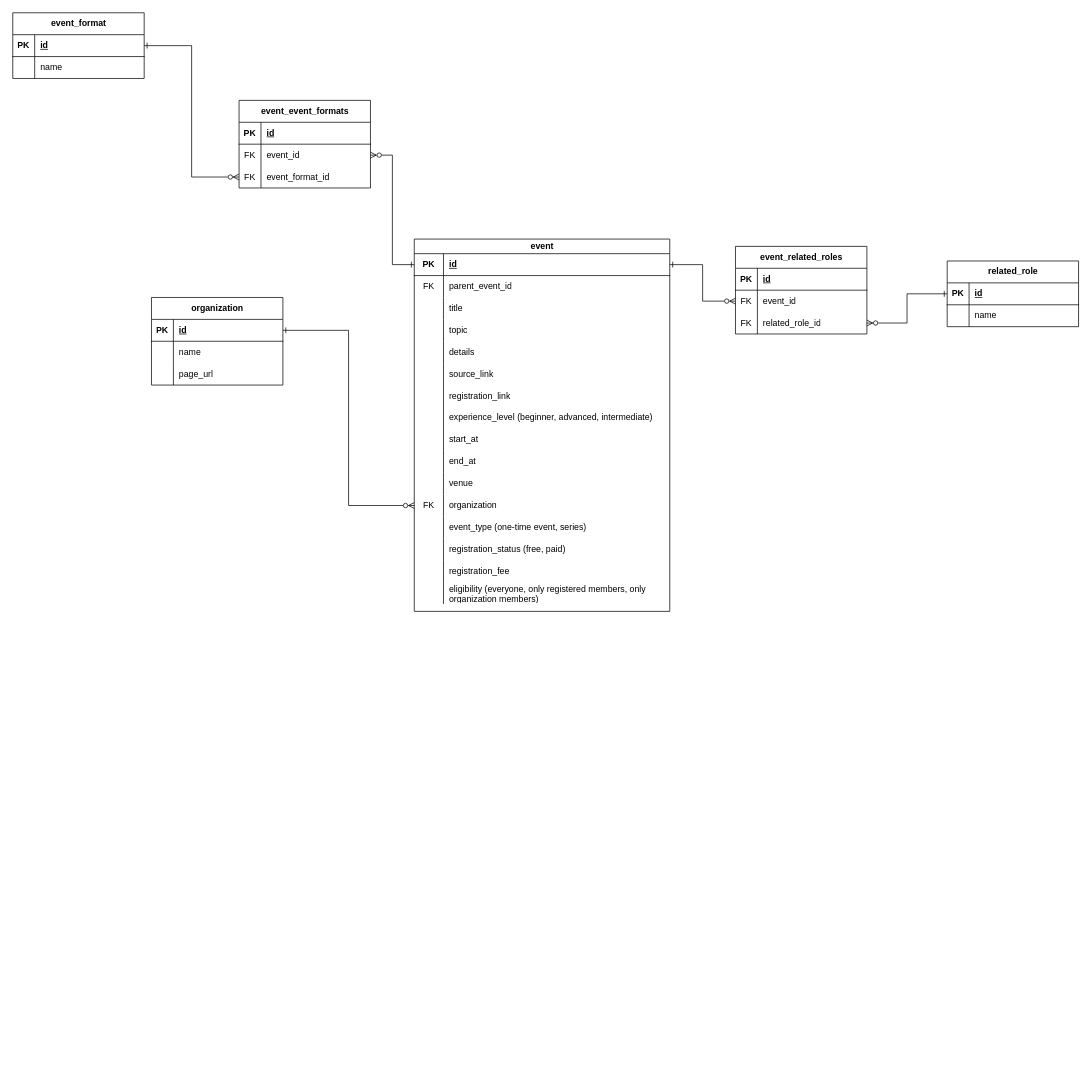
Earlier version of the draw.io diagram 2Gether.drawio (RHILIUS/drawio). Source tidied: cells renumbered, new cells numbered last; positions are measured from the earlier drawing's top-left corner, leaving out a move shared by most shapes. Both pictures are drawn from the tidied source at 73%, with x=0, y=0 at pixel (12, 12).
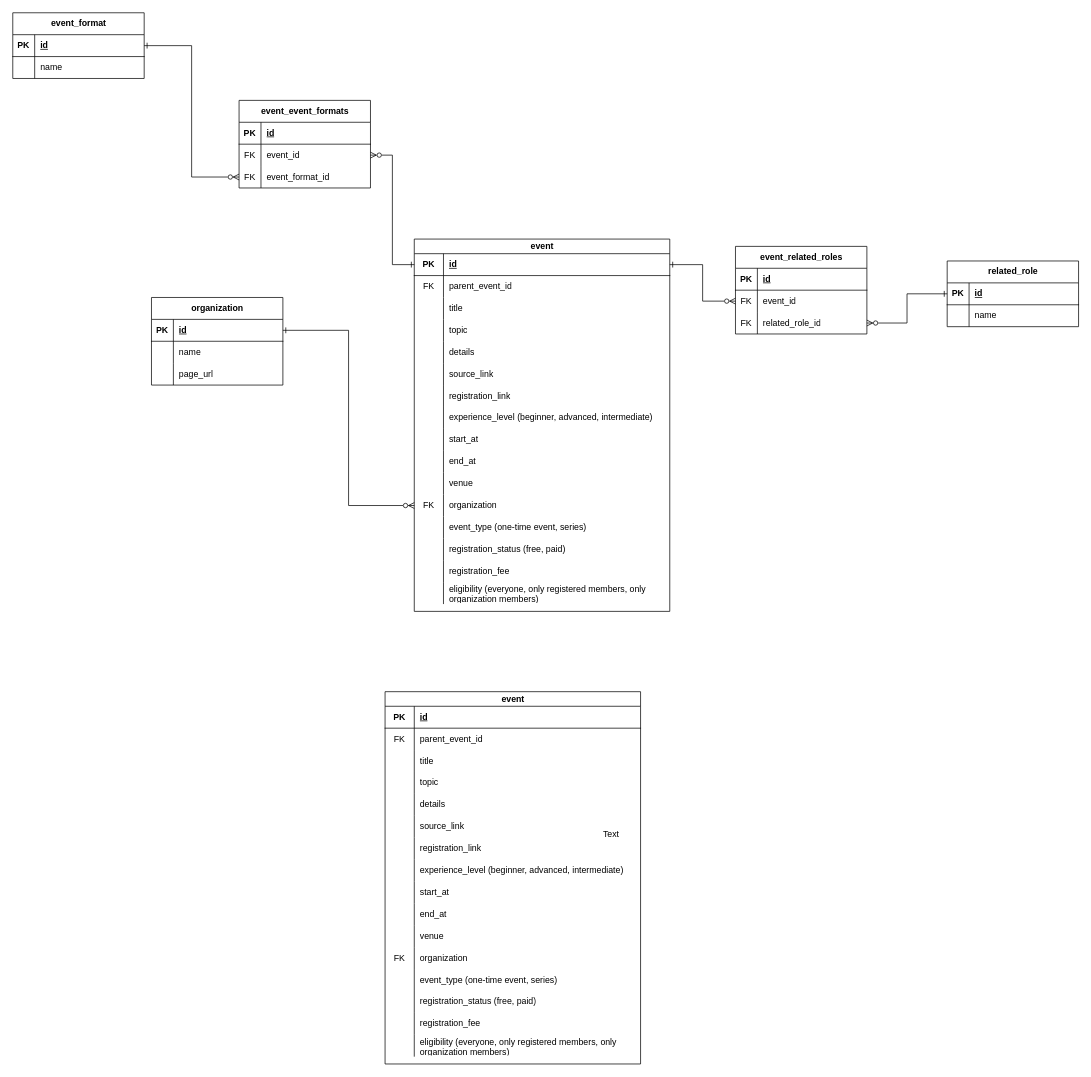
After the change.

What changed in the source:
```diff
@@
+    <mxCell id="100" value="event" style="shape=table;startSize=20;childLayout=tableLayout;rowLines=0;fontStyle=1;align=center;html=1;" parent="1" vertex="1">
+      <mxGeometry x="510" y="930" width="350" height="510" as="geometry" />
+    </mxCell>
+    <mxCell id="101" style="shape=tableRow;horizontal=0;startSize=0;swimlaneHead=0;swimlaneBody=0;fillColor=none;top=0;left=0;right=0;bottom=1;" parent="100" vertex="1">
+      <mxGeometry y="20" width="350" height="30" as="geometry" />
+    </mxCell>
+    <mxCell id="102" value="PK" style="shape=partialRectangle;fillColor=none;top=0;left=0;bottom=0;right=0;fontStyle=1;overflow=hidden;whiteSpace=wrap;html=1;" parent="101" vertex="1">
+      <mxGeometry width="40" height="30" as="geometry" />
+    </mxCell>
+    <mxCell id="103" value="id" style="shape=partialRectangle;fillColor=none;top=0;left=0;bottom=0;right=0;align=left;spacingLeft=6;fontStyle=5;overflow=hidden;whiteSpace=wrap;html=1;" parent="101" vertex="1">
+      <mxGeometry x="40" width="310" height="30" as="geometry" />
+    </mxCell>
+    <mxCell id="104" style="shape=tableRow;horizontal=0;startSize=0;swimlaneHead=0;swimlaneBody=0;fillColor=none;top=0;left=0;right=0;bottom=0;" parent="100" vertex="1">
+      <mxGeometry y="50" width="350" height="30" as="geometry" />
+    </mxCell>
+    <mxCell id="105" value="FK" style="shape=partialRectangle;fillColor=none;top=0;left=0;bottom=0;right=0;overflow=hidden;whiteSpace=wrap;html=1;" parent="104" vertex="1">
+      <mxGeometry width="40" height="30" as="geometry" />
+    </mxCell>
+    <mxCell id="106" value="parent_event_id" style="shape=partialRectangle;fillColor=none;top=0;left=0;bottom=0;right=0;align=left;spacingLeft=6;overflow=hidden;whiteSpace=wrap;html=1;" parent="104" vertex="1">
+      <mxGeometry x="40" width="310" height="30" as="geometry" />
+    </mxCell>
+    <mxCell id="107" style="shape=tableRow;horizontal=0;startSize=0;swimlaneHead=0;swimlaneBody=0;fillColor=none;top=0;left=0;right=0;bottom=0;" parent="100" vertex="1">
+      <mxGeometry y="80" width="350" height="30" as="geometry" />
+    </mxCell>
+    <mxCell id="108" style="shape=partialRectangle;fillColor=none;top=0;left=0;bottom=0;right=0;overflow=hidden;whiteSpace=wrap;html=1;" parent="107" vertex="1">
+      <mxGeometry width="40" height="30" as="geometry" />
+    </mxCell>
+    <mxCell id="109" value="title" style="shape=partialRectangle;fillColor=none;top=0;left=0;bottom=0;right=0;align=left;spacingLeft=6;overflow=hidden;whiteSpace=wrap;html=1;" parent="107" vertex="1">
+      <mxGeometry x="40" width="310" height="30" as="geometry" />
+    </mxCell>
+    <mxCell id="110" style="shape=tableRow;horizontal=0;startSize=0;swimlaneHead=0;swimlaneBody=0;fillColor=none;top=0;left=0;right=0;bottom=0;" parent="100" vertex="1">
+      <mxGeometry y="110" width="350" height="30" as="geometry" />
+    </mxCell>
+    <mxCell id="111" style="shape=partialRectangle;fillColor=none;top=0;left=0;bottom=0;right=0;overflow=hidden;whiteSpace=wrap;html=1;" parent="110" vertex="1">
+      <mxGeometry width="40" height="30" as="geometry" />
+    </mxCell>
+    <mxCell id="112" value="topic" style="shape=partialRectangle;fillColor=none;top=0;left=0;bottom=0;right=0;align=left;spacingLeft=6;overflow=hidden;whiteSpace=wrap;html=1;" parent="110" vertex="1">
+      <mxGeometry x="40" width="310" height="30" as="geometry" />
+    </mxCell>
+    <mxCell id="113" style="shape=tableRow;horizontal=0;startSize=0;swimlaneHead=0;swimlaneBody=0;fillColor=none;top=0;left=0;right=0;bottom=0;" parent="100" vertex="1">
+      <mxGeometry y="140" width="350" height="30" as="geometry" />
+    </mxCell>
+    <mxCell id="114" style="shape=partialRectangle;fillColor=none;top=0;left=0;bottom=0;right=0;overflow=hidden;whiteSpace=wrap;html=1;" parent="113" vertex="1">
+      <mxGeometry width="40" height="30" as="geometry" />
+    </mxCell>
+    <mxCell id="115" value="details" style="shape=partialRectangle;fillColor=none;top=0;left=0;bottom=0;right=0;align=left;spacingLeft=6;overflow=hidden;whiteSpace=wrap;html=1;" parent="113" vertex="1">
+      <mxGeometry x="40" width="310" height="30" as="geometry" />
+    </mxCell>
+    <mxCell id="116" style="shape=tableRow;horizontal=0;startSize=0;swimlaneHead=0;swimlaneBody=0;fillColor=none;top=0;left=0;right=0;bottom=0;" parent="100" vertex="1">
+      <mxGeometry y="170" width="350" height="30" as="geometry" />
+    </mxCell>
+    <mxCell id="117" style="shape=partialRectangle;fillColor=none;top=0;left=0;bottom=0;right=0;overflow=hidden;whiteSpace=wrap;html=1;" parent="116" vertex="1">
+      <mxGeometry width="40" height="30" as="geometry" />
+    </mxCell>
+    <mxCell id="118" value="source_link" style="shape=partialRectangle;fillColor=none;top=0;left=0;bottom=0;right=0;align=left;spacingLeft=6;overflow=hidden;whiteSpace=wrap;html=1;" parent="116" vertex="1">
+      <mxGeometry x="40" width="310" height="30" as="geometry" />
+    </mxCell>
+    <mxCell id="119" style="shape=tableRow;horizontal=0;startSize=0;swimlaneHead=0;swimlaneBody=0;fillColor=none;top=0;left=0;right=0;bottom=0;" parent="100" vertex="1">
+      <mxGeometry y="200" width="350" height="30" as="geometry" />
+    </mxCell>
+    <mxCell id="120" style="shape=partialRectangle;fillColor=none;top=0;left=0;bottom=0;right=0;overflow=hidden;whiteSpace=wrap;html=1;" parent="119" vertex="1">
+      <mxGeometry width="40" height="30" as="geometry" />
+    </mxCell>
+    <mxCell id="121" value="registration_link" style="shape=partialRectangle;fillColor=none;top=0;left=0;bottom=0;right=0;align=left;spacingLeft=6;overflow=hidden;whiteSpace=wrap;html=1;" parent="119" vertex="1">
+      <mxGeometry x="40" width="310" height="30" as="geometry" />
+    </mxCell>
+    <mxCell id="122" style="shape=tableRow;horizontal=0;startSize=0;swimlaneHead=0;swimlaneBody=0;fillColor=none;top=0;left=0;right=0;bottom=0;" parent="100" vertex="1">
+      <mxGeometry y="230" width="350" height="30" as="geometry" />
+    </mxCell>
+    <mxCell id="123" style="shape=partialRectangle;fillColor=none;top=0;left=0;bottom=0;right=0;overflow=hidden;whiteSpace=wrap;html=1;" parent="122" vertex="1">
+      <mxGeometry width="40" height="30" as="geometry" />
+    </mxCell>
+    <mxCell id="124" value="experience_level (beginner, advanced, intermediate)" style="shape=partialRectangle;fillColor=none;top=0;left=0;bottom=0;right=0;align=left;spacingLeft=6;overflow=hidden;whiteSpace=wrap;html=1;" parent="122" vertex="1">
+      <mxGeometry x="40" width="310" height="30" as="geometry" />
+    </mxCell>
+    <mxCell id="125" style="shape=tableRow;horizontal=0;startSize=0;swimlaneHead=0;swimlaneBody=0;fillColor=none;top=0;left=0;right=0;bottom=0;" parent="100" vertex="1">
+      <mxGeometry y="260" width="350" height="30" as="geometry" />
+    </mxCell>
+    <mxCell id="126" style="shape=partialRectangle;fillColor=none;top=0;left=0;bottom=0;right=0;overflow=hidden;whiteSpace=wrap;html=1;" parent="125" vertex="1">
+      <mxGeometry width="40" height="30" as="geometry" />
+    </mxCell>
+    <mxCell id="127" value="start_at" style="shape=partialRectangle;fillColor=none;top=0;left=0;bottom=0;right=0;align=left;spacingLeft=6;overflow=hidden;whiteSpace=wrap;html=1;" parent="125" vertex="1">
+      <mxGeometry x="40" width="310" height="30" as="geometry" />
+    </mxCell>
+    <mxCell id="128" style="shape=tableRow;horizontal=0;startSize=0;swimlaneHead=0;swimlaneBody=0;fillColor=none;top=0;left=0;right=0;bottom=0;" parent="100" vertex="1">
+      <mxGeometry y="290" width="350" height="30" as="geometry" />
+    </mxCell>
+    <mxCell id="129" style="shape=partialRectangle;fillColor=none;top=0;left=0;bottom=0;right=0;overflow=hidden;whiteSpace=wrap;html=1;" parent="128" vertex="1">
+      <mxGeometry width="40" height="30" as="geometry" />
+    </mxCell>
+    <mxCell id="130" value="end_at" style="shape=partialRectangle;fillColor=none;top=0;left=0;bottom=0;right=0;align=left;spacingLeft=6;overflow=hidden;whiteSpace=wrap;html=1;" parent="128" vertex="1">
+      <mxGeometry x="40" width="310" height="30" as="geometry" />
+    </mxCell>
+    <mxCell id="131" style="shape=tableRow;horizontal=0;startSize=0;swimlaneHead=0;swimlaneBody=0;fillColor=none;top=0;left=0;right=0;bottom=0;" parent="100" vertex="1">
+      <mxGeometry y="320" width="350" height="30" as="geometry" />
+    </mxCell>
+    <mxCell id="132" style="shape=partialRectangle;fillColor=none;top=0;left=0;bottom=0;right=0;overflow=hidden;whiteSpace=wrap;html=1;" parent="131" vertex="1">
+      <mxGeometry width="40" height="30" as="geometry" />
+    </mxCell>
+    <mxCell id="133" value="venue" style="shape=partialRectangle;fillColor=none;top=0;left=0;bottom=0;right=0;align=left;spacingLeft=6;overflow=hidden;whiteSpace=wrap;html=1;" parent="131" vertex="1">
+      <mxGeometry x="40" width="310" height="30" as="geometry" />
+    </mxCell>
+    <mxCell id="134" style="shape=tableRow;horizontal=0;startSize=0;swimlaneHead=0;swimlaneBody=0;fillColor=none;top=0;left=0;right=0;bottom=0;" parent="100" vertex="1">
+      <mxGeometry y="350" width="350" height="30" as="geometry" />
+    </mxCell>
+    <mxCell id="135" value="FK" style="shape=partialRectangle;fillColor=none;top=0;left=0;bottom=0;right=0;overflow=hidden;whiteSpace=wrap;html=1;" parent="134" vertex="1">
+      <mxGeometry width="40" height="30" as="geometry" />
+    </mxCell>
+    <mxCell id="136" value="organization" style="shape=partialRectangle;fillColor=none;top=0;left=0;bottom=0;right=0;align=left;spacingLeft=6;overflow=hidden;whiteSpace=wrap;html=1;" parent="134" vertex="1">
+      <mxGeometry x="40" width="310" height="30" as="geometry" />
+    </mxCell>
+    <mxCell id="137" style="shape=tableRow;horizontal=0;startSize=0;swimlaneHead=0;swimlaneBody=0;fillColor=none;top=0;left=0;right=0;bottom=0;" parent="100" vertex="1">
+      <mxGeometry y="380" width="350" height="30" as="geometry" />
+    </mxCell>
+    <mxCell id="138" style="shape=partialRectangle;fillColor=none;top=0;left=0;bottom=0;right=0;overflow=hidden;whiteSpace=wrap;html=1;" parent="137" vertex="1">
+      <mxGeometry width="40" height="30" as="geometry" />
+    </mxCell>
+    <mxCell id="139" value="event_type (one-time event, series)" style="shape=partialRectangle;fillColor=none;top=0;left=0;bottom=0;right=0;align=left;spacingLeft=6;overflow=hidden;whiteSpace=wrap;html=1;" parent="137" vertex="1">
+      <mxGeometry x="40" width="310" height="30" as="geometry" />
+    </mxCell>
+    <mxCell id="140" style="shape=tableRow;horizontal=0;startSize=0;swimlaneHead=0;swimlaneBody=0;fillColor=none;top=0;left=0;right=0;bottom=0;" parent="100" vertex="1">
+      <mxGeometry y="410" width="350" height="30" as="geometry" />
+    </mxCell>
+    <mxCell id="141" style="shape=partialRectangle;fillColor=none;top=0;left=0;bottom=0;right=0;overflow=hidden;whiteSpace=wrap;html=1;" parent="140" vertex="1">
+      <mxGeometry width="40" height="30" as="geometry" />
+    </mxCell>
+    <mxCell id="142" value="registration_status (free, paid)" style="shape=partialRectangle;fillColor=none;top=0;left=0;bottom=0;right=0;align=left;spacingLeft=6;overflow=hidden;whiteSpace=wrap;html=1;" parent="140" vertex="1">
+      <mxGeometry x="40" width="310" height="30" as="geometry" />
+    </mxCell>
+    <mxCell id="143" style="shape=tableRow;horizontal=0;startSize=0;swimlaneHead=0;swimlaneBody=0;fillColor=none;top=0;left=0;right=0;bottom=0;" parent="100" vertex="1">
+      <mxGeometry y="440" width="350" height="30" as="geometry" />
+    </mxCell>
+    <mxCell id="144" style="shape=partialRectangle;fillColor=none;top=0;left=0;bottom=0;right=0;overflow=hidden;whiteSpace=wrap;html=1;" parent="143" vertex="1">
+      <mxGeometry width="40" height="30" as="geometry" />
+    </mxCell>
+    <mxCell id="145" value="registration_fee" style="shape=partialRectangle;fillColor=none;top=0;left=0;bottom=0;right=0;align=left;spacingLeft=6;overflow=hidden;whiteSpace=wrap;html=1;" parent="143" vertex="1">
+      <mxGeometry x="40" width="310" height="30" as="geometry" />
+    </mxCell>
+    <mxCell id="146" style="shape=tableRow;horizontal=0;startSize=0;swimlaneHead=0;swimlaneBody=0;fillColor=none;top=0;left=0;right=0;bottom=0;" parent="100" vertex="1">
+      <mxGeometry y="470" width="350" height="30" as="geometry" />
+    </mxCell>
+    <mxCell id="147" style="shape=partialRectangle;fillColor=none;top=0;left=0;bottom=0;right=0;overflow=hidden;whiteSpace=wrap;html=1;" parent="146" vertex="1">
+      <mxGeometry width="40" height="30" as="geometry" />
+    </mxCell>
+    <mxCell id="148" value="eligibility (everyone, only registered members, only organization members)" style="shape=partialRectangle;fillColor=none;top=0;left=0;bottom=0;right=0;align=left;spacingLeft=6;overflow=hidden;whiteSpace=wrap;html=1;" parent="146" vertex="1">
+      <mxGeometry x="40" width="310" height="30" as="geometry" />
+    </mxCell>
+    <mxCell id="149" value="Text" style="text;html=1;whiteSpace=wrap;strokeColor=none;fillColor=none;align=center;verticalAlign=middle;rounded=0;" parent="1" vertex="1">
+      <mxGeometry x="790" y="1110" width="60" height="30" as="geometry" />
+    </mxCell>
```
